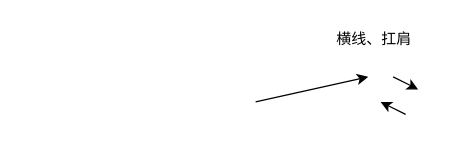
Above: catepillar.drawio in Chenguoqing2008/drawio (draw.io), before the change. Source tidied: cells renumbered, new cells numbered last; positions are measured from the earlier drawing's top-left corner, leaving out a move shared by most shapes. Both pictures are drawn from the tidied source at 125%, with x=0, y=0 at pixel (255, 26).
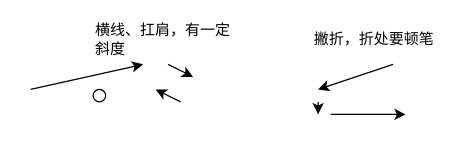
The same diagram, later.

The edit, as a diff of the source:
```diff
@@
 <mxGraphModel>
   <root>
     <mxCell id="0" />
     <mxCell id="1" parent="0" />
-    <mxCell id="2" value="横线、扛肩" style="text;html=1;strokeColor=none;fillColor=none;align=center;verticalAlign=middle;whiteSpace=wrap;rounded=0;" parent="1" vertex="1">
+    <mxCell id="2" value="撇折，折处要顿笔" style="text;html=1;strokeColor=none;fillColor=none;align=center;verticalAlign=middle;whiteSpace=wrap;rounded=0;" parent="1" vertex="1">
       <mxGeometry x="40" width="110" height="20" as="geometry" />
     </mxCell>
     <mxCell id="3" style="endArrow=classic;html=1;" parent="1" edge="1">
       <mxGeometry relative="1" as="geometry">
-        <mxPoint y="60" as="sourcePoint" />
-        <mxPoint x="90" y="40" as="targetPoint" />
+        <mxPoint x="-180" y="50" as="sourcePoint" />
+        <mxPoint x="-90" y="30" as="targetPoint" />
       </mxGeometry>
     </mxCell>
     <mxCell id="4" style="endArrow=classic;html=1;" parent="1" edge="1">
       <mxGeometry relative="1" as="geometry">
-        <mxPoint x="110" y="40" as="sourcePoint" />
-        <mxPoint x="130" y="50" as="targetPoint" />
+        <mxPoint x="-70" y="30" as="sourcePoint" />
+        <mxPoint x="-50" y="40" as="targetPoint" />
       </mxGeometry>
     </mxCell>
     <mxCell id="5" style="endArrow=classic;html=1;" parent="1" edge="1">
       <mxGeometry relative="1" as="geometry">
-        <mxPoint x="120" y="70" as="sourcePoint" />
-        <mxPoint x="100" y="60" as="targetPoint" />
+        <mxPoint x="-60" y="60" as="sourcePoint" />
+        <mxPoint x="-80" y="50" as="targetPoint" />
       </mxGeometry>
     </mxCell>
+    <mxCell id="6" value="横线、扛肩，有一定斜度" style="text;html=1;strokeColor=none;fillColor=none;align=left;verticalAlign=middle;whiteSpace=wrap;rounded=0;" parent="1" vertex="1">
+      <mxGeometry x="-130" width="110" height="20" as="geometry" />
+    </mxCell>
+    <mxCell id="7" style="endArrow=classic;html=1;" parent="1" edge="1">
+      <mxGeometry relative="1" as="geometry">
+        <mxPoint x="110" y="30" as="sourcePoint" />
+        <mxPoint x="50" y="50" as="targetPoint" />
+      </mxGeometry>
+    </mxCell>
+    <mxCell id="8" style="endArrow=classic;html=1;" parent="1" edge="1">
+      <mxGeometry relative="1" as="geometry">
+        <mxPoint x="50" y="60" as="sourcePoint" />
+        <mxPoint x="50" y="70" as="targetPoint" />
+      </mxGeometry>
+    </mxCell>
+    <mxCell id="9" style="endArrow=classic;html=1;" parent="1" edge="1">
+      <mxGeometry relative="1" as="geometry">
+        <mxPoint x="60" y="70" as="sourcePoint" />
+        <mxPoint x="120" y="70" as="targetPoint" />
+      </mxGeometry>
+    </mxCell>
+    <mxCell id="10" style="ellipse;whiteSpace=wrap;html=1;" parent="1" vertex="1">
+      <mxGeometry x="-130" y="50" width="10" height="10" as="geometry" />
+    </mxCell>
   </root>
 </mxGraphModel>
```
